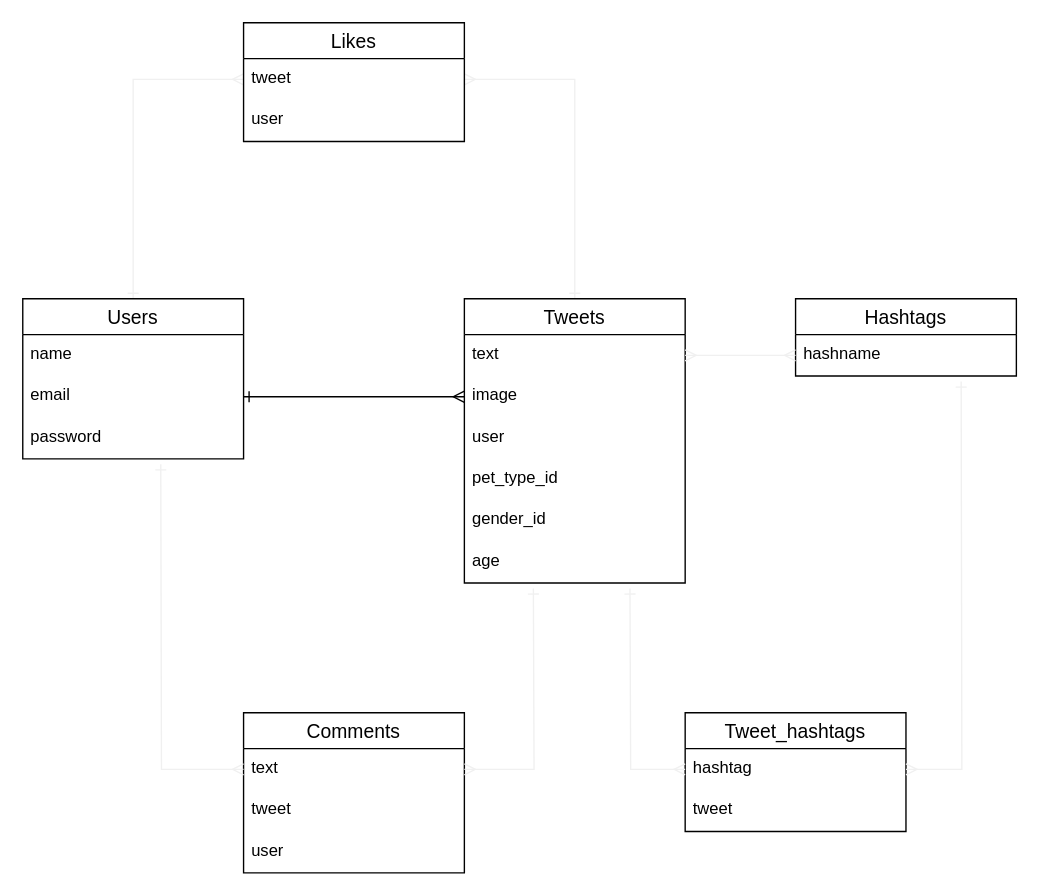
Before: uchinokogram.dio in tomomi94/uchinokogram, a draw.io diagram. Source tidied: cells renumbered, new cells numbered last; positions are measured from the earlier drawing's top-left corner, leaving out a move shared by most shapes. Both pictures are drawn from the tidied source at 138%, with x=0, y=0 at pixel (22, 22).
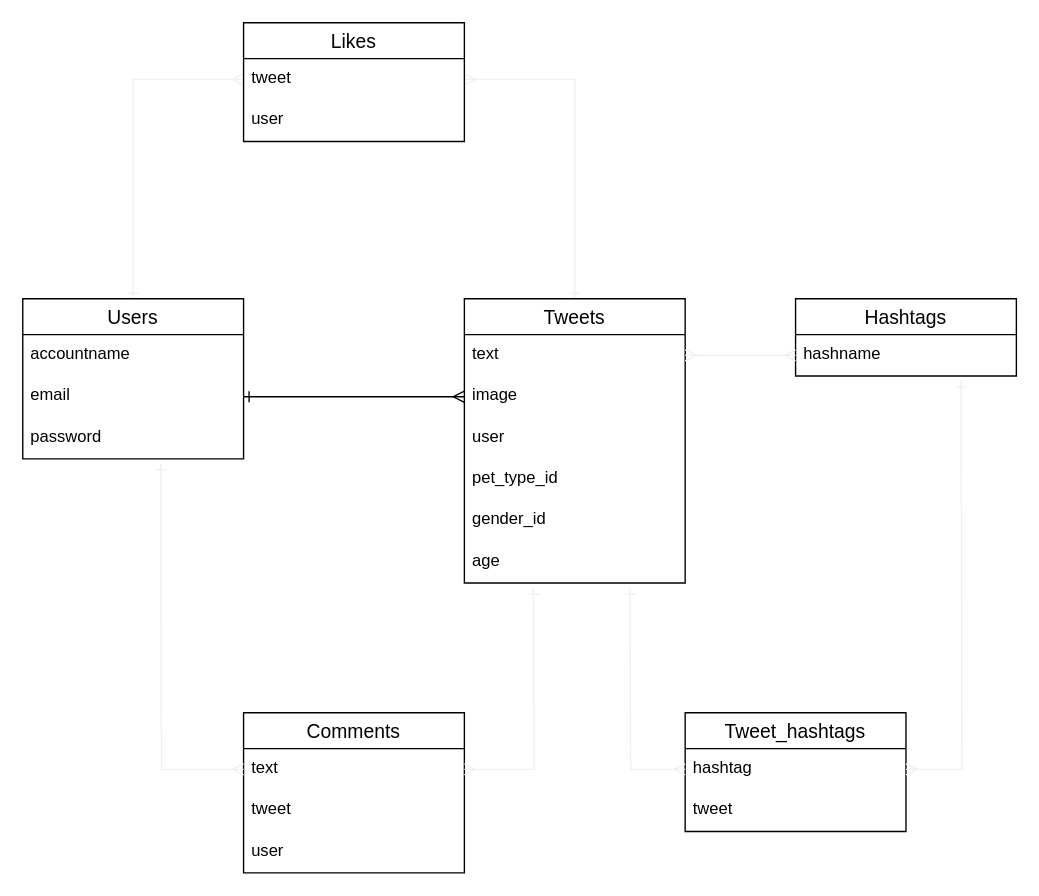
After the change.

Unchanged cells that the change refers to:
```xml
<mxCell id="3" value="Users" style="swimlane;fontStyle=0;horizontal=1;startSize=26;align=center;fontSize=14;" parent="1" vertex="1">
  <mxGeometry y="200" width="160" height="116" as="geometry" />
</mxCell>
```

Change to the diagram source:
```diff
@@
-    <mxCell id="4" value="name" style="text;strokeColor=none;fillColor=none;spacingLeft=4;spacingRight=4;overflow=hidden;fontSize=12;" parent="3" vertex="1">
+    <mxCell id="4" value="accountname" style="text;strokeColor=none;fillColor=none;spacingLeft=4;spacingRight=4;overflow=hidden;fontSize=12;" parent="3" vertex="1">
       <mxGeometry y="26" width="160" height="30" as="geometry" />
     </mxCell>
```
